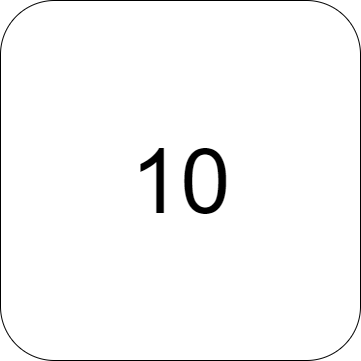
Earlier version of the draw.io export Rush Hour Main/assets/MapButtons/10(A).png (zintom69/Game-Rush-Hour). Source tidied: cells renumbered, new cells last; positions are measured from the earlier drawing's top-left corner, leaving out a move shared by most shapes.
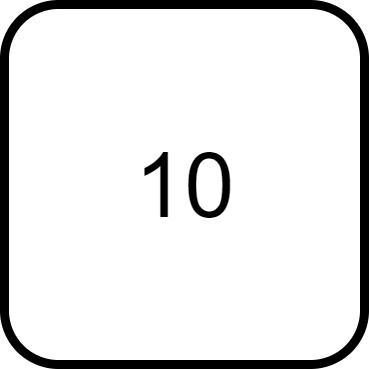
Above is the later version.

What changed in the source:
```diff
@@ -2,7 +2,7 @@
   <root>
     <mxCell id="0" />
     <mxCell id="1" parent="0" />
-    <mxCell id="2" value="&lt;span style=&quot;font-size: 90px;&quot;&gt;10&lt;/span&gt;" style="rounded=1;whiteSpace=wrap;html=1;" parent="1" vertex="1">
+    <mxCell id="2" value="&lt;span style=&quot;font-size: 90px;&quot;&gt;10&lt;/span&gt;" style="rounded=1;whiteSpace=wrap;html=1;strokeWidth=9;" parent="1" vertex="1">
       <mxGeometry width="360" height="360" as="geometry" />
     </mxCell>
   </root>
```
